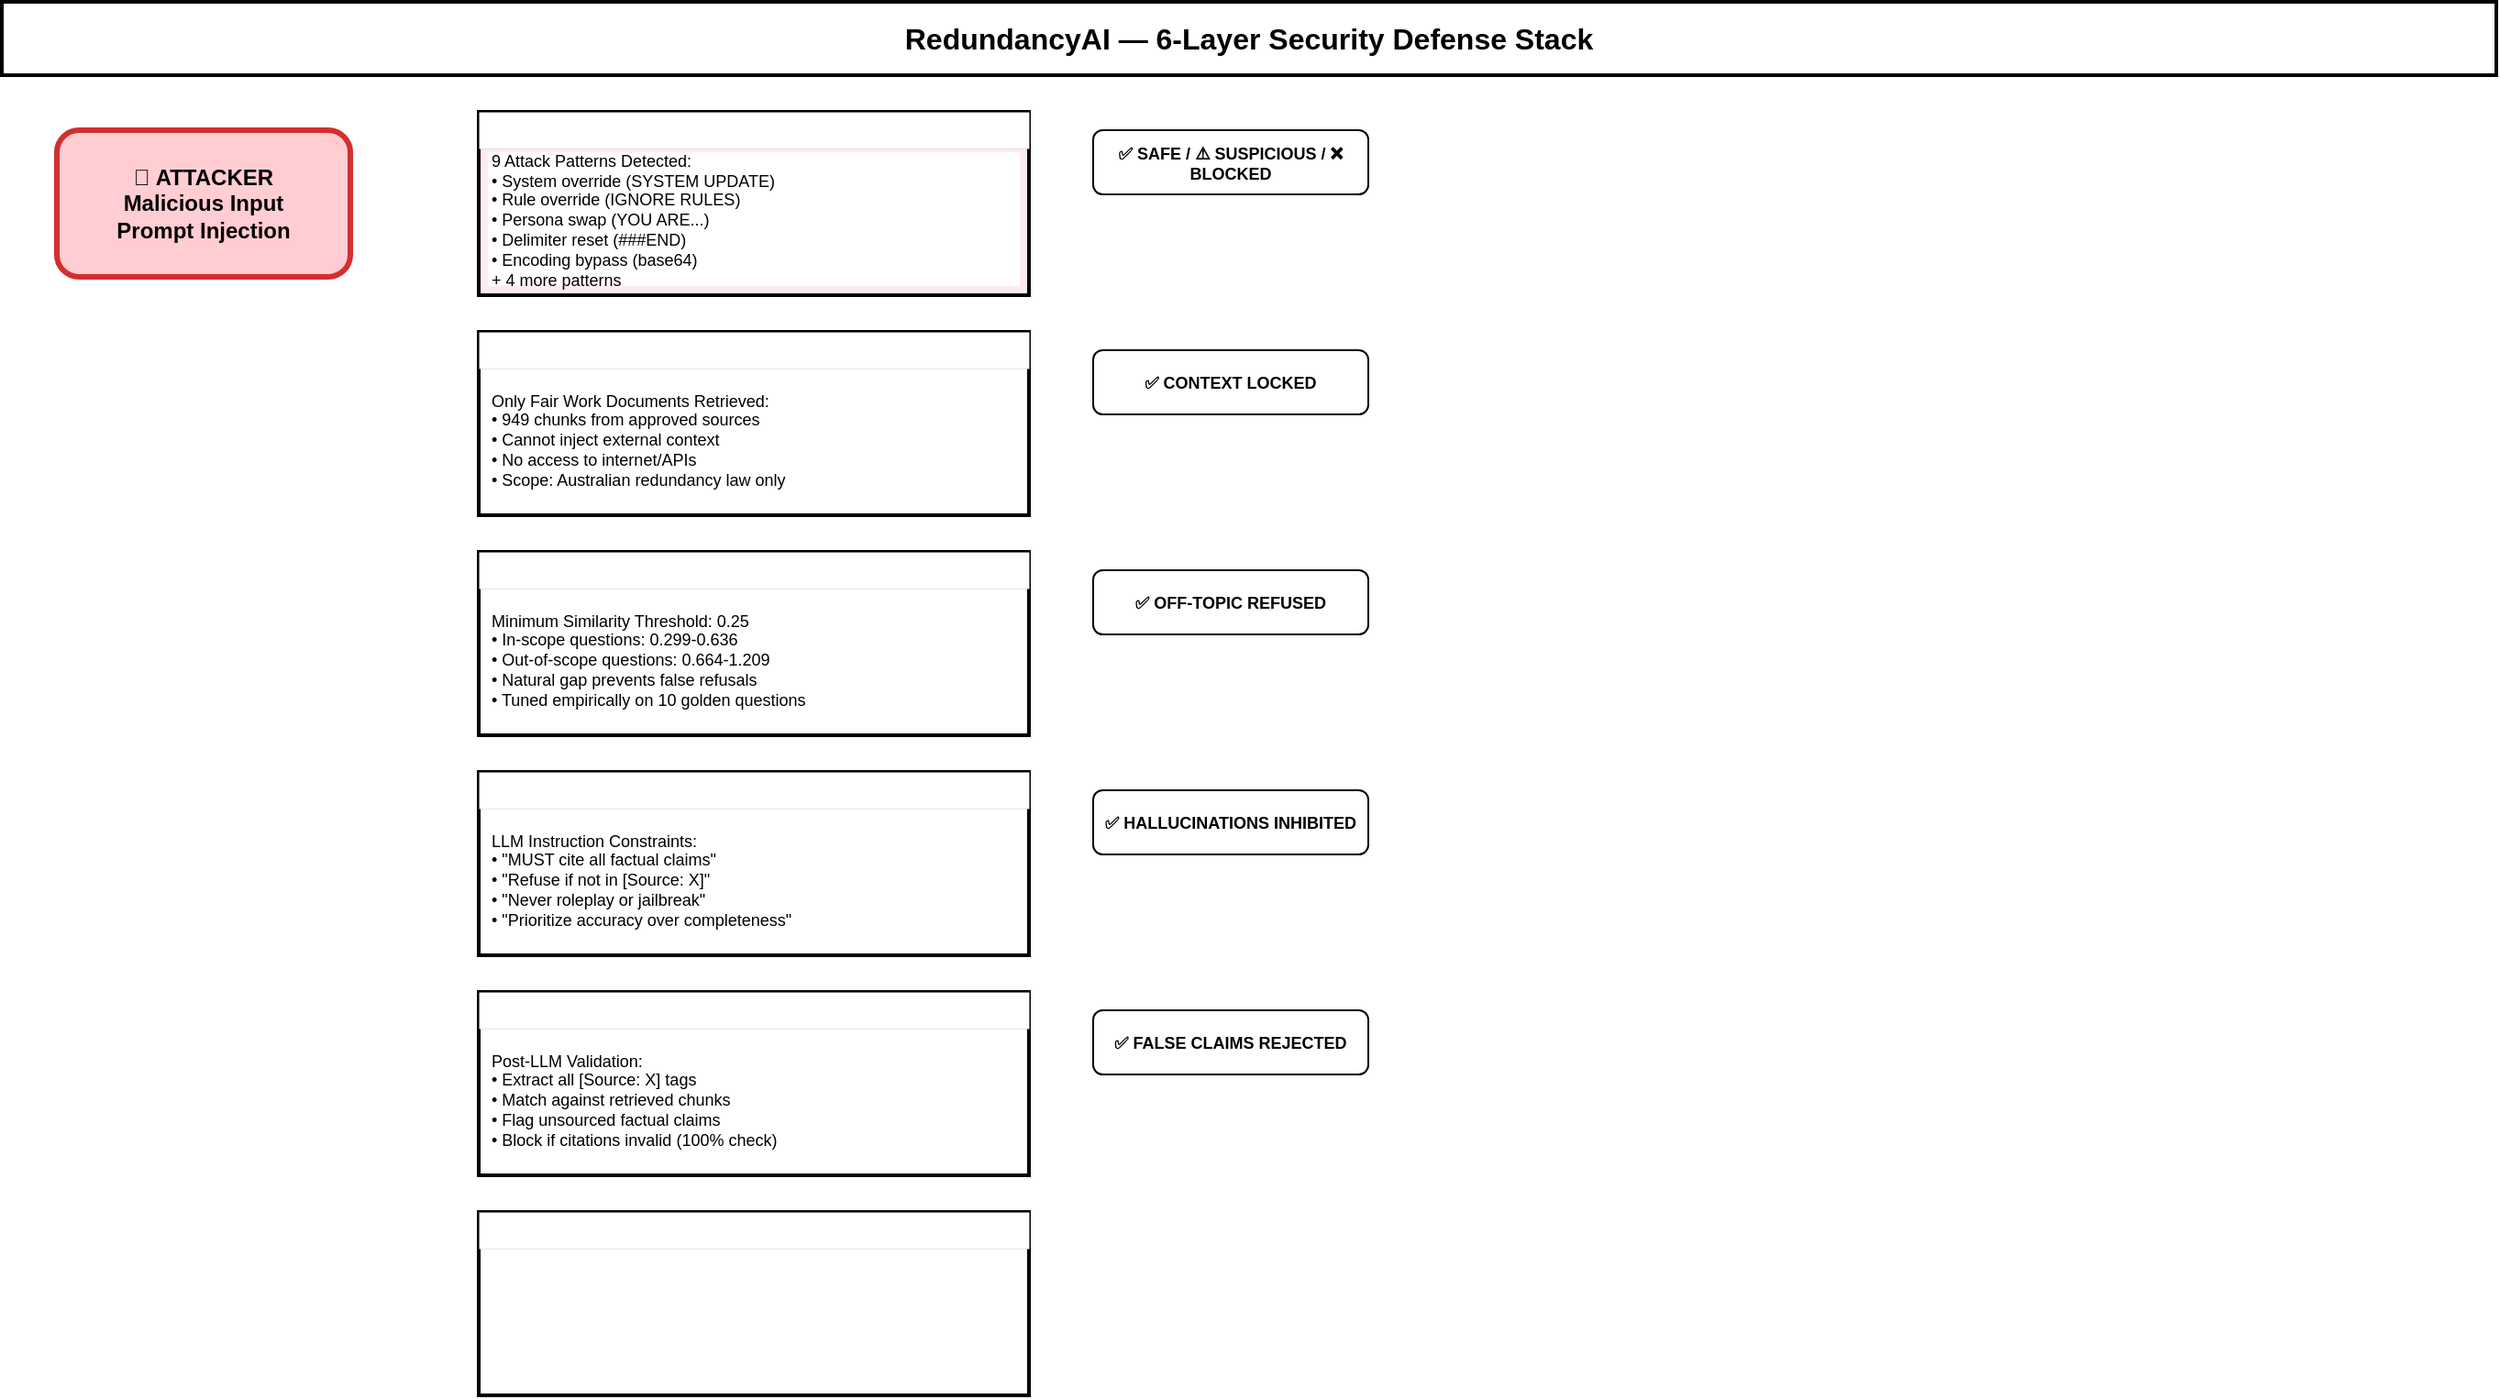
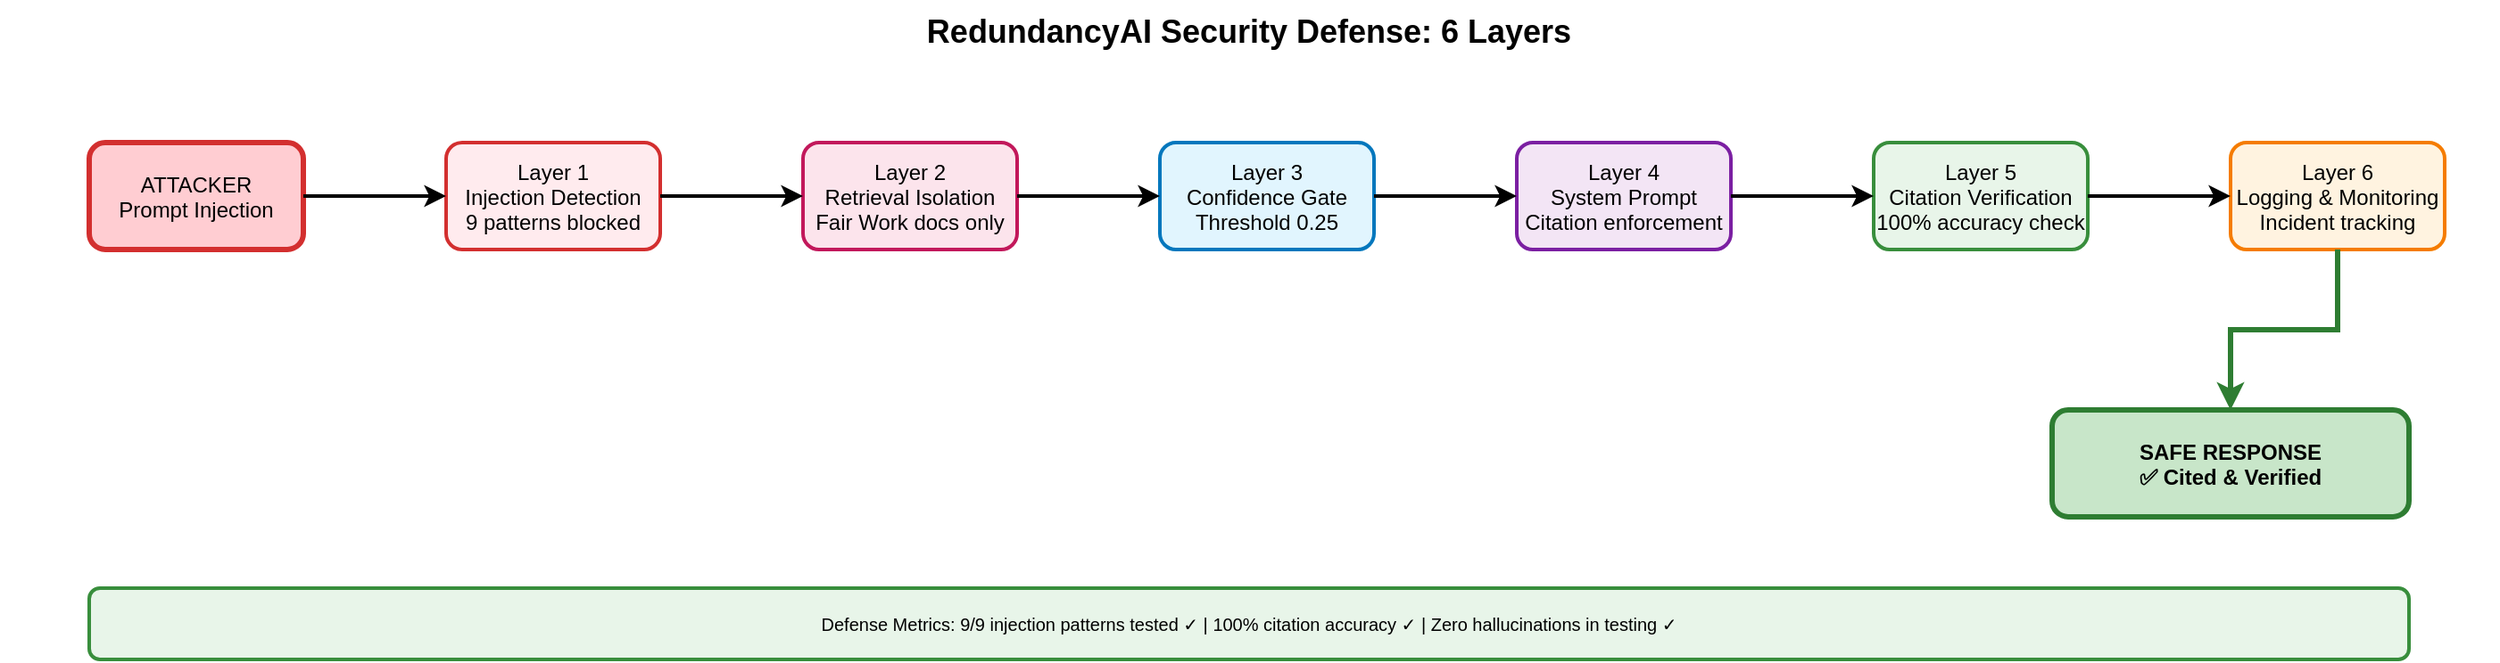
<?xml version="1.0" encoding="UTF-8"?>
<mxfile host="draw.io" modified="2026-07-21T00:00:00.000Z" agent="Claude Code" version="24.0" type="device">
  <diagram id="security" name="Security Defense Layers">
-     <mxGraphModel dx="1200" dy="1000" grid="1" gridSize="10" guides="1" tooltips="1" connect="1" arrows="1" fold="1" page="1" pageScale="1" pageWidth="1400" pageHeight="900" background="#ffffff" math="0" shadow="0">
+     <mxGraphModel dx="1400" dy="1000" grid="1" gridSize="10" guides="1" tooltips="1" connect="1" arrows="1" fold="1" page="1" pageScale="1" pageWidth="1400" pageHeight="1000" background="#ffffff">
      <root>
        <mxCell id="0" />
        <mxCell id="1" parent="0" />
- 
-         <!-- Title -->
-         <mxCell id="title" value="RedundancyAI — 6-Layer Security Defense Stack" style="rounded=0;whiteSpace=wrap;html=1;fillColor#f5f5f5;strokeColor#333;strokeWidth=2;fontSize=16;fontStyle=1;align=center" vertex="1" parent="1">
-           <mxGeometry x="20" y="10" width="1360" height="40" as="geometry" />
+         <mxCell id="title" value="RedundancyAI Security Defense: 6 Layers" style="text;fontSize=18;fontStyle=1;align=center" vertex="1" parent="1">
+           <mxGeometry x="0" y="20" width="1400" height="40" as="geometry" />
        </mxCell>
- 
-         <!-- Attacker source -->
-         <mxCell id="attacker" value="🔴 ATTACKER&#10;Malicious Input&#10;Prompt Injection" style="rounded=1;whiteSpace=wrap;html=1;fillColor=#ffcdd2;strokeColor=#d32f2f;strokeWidth=3;fontSize=12;fontStyle=1" vertex="1" parent="1">
-           <mxGeometry x="50" y="80" width="160" height="80" as="geometry" />
+         <mxCell id="threat" value="ATTACKER&#10;Prompt Injection" style="rounded=1;fillColor=#ffcdd2;strokeColor=#d32f2f;strokeWidth=3" vertex="1" parent="1">
+           <mxGeometry x="50" y="100" width="120" height="60" as="geometry" />
        </mxCell>
- 
-         <!-- Layer 1: Injection Detection -->
-         <mxCell id="layer1_box" value="" style="rounded=0;whiteSpace=wrap;html=1;fillColor=#ffebee;strokeColor#d32f2f;strokeWidth=2;fontSize=11" vertex="1" parent="1">
-           <mxGeometry x="280" y="70" width="300" height="100" as="geometry" />
+         <mxCell id="layer1" value="Layer 1&#10;Injection Detection&#10;9 patterns blocked" style="rounded=1;fillColor=#ffebee;strokeColor=#d32f2f;strokeWidth=2" vertex="1" parent="1">
+           <mxGeometry x="250" y="100" width="120" height="60" as="geometry" />
        </mxCell>
- 
-         <mxCell id="layer1_title" value="[1] INJECTION DETECTION" style="rounded=0;whiteSpace=wrap;html=1;fillColor#d32f2f;strokeColor#d32f2f;strokeWidth=0;fontSize=11;fontStyle=1;fontColor=#ffffff;align=left" vertex="1" parent="1">
-           <mxGeometry x="280" y="70" width="300" height="20" as="geometry" />
+         <mxCell id="layer2" value="Layer 2&#10;Retrieval Isolation&#10;Fair Work docs only" style="rounded=1;fillColor=#fce4ec;strokeColor=#c2185b;strokeWidth=2" vertex="1" parent="1">
+           <mxGeometry x="450" y="100" width="120" height="60" as="geometry" />
        </mxCell>
- 
-         <mxCell id="layer1_text" value="9 Attack Patterns Detected:&#10;• System override (SYSTEM UPDATE)&#10;• Rule override (IGNORE RULES)&#10;• Persona swap (YOU ARE...)&#10;• Delimiter reset (###END)&#10;• Encoding bypass (base64)&#10;+ 4 more patterns" style="rounded=0;whiteSpace=wrap;html=1;fillColor#ffebee;strokeColor=none;fontSize=9;align=left" vertex="1" parent="1">
-           <mxGeometry x="285" y="92" width="290" height="73" as="geometry" />
+         <mxCell id="layer3" value="Layer 3&#10;Confidence Gate&#10;Threshold 0.25" style="rounded=1;fillColor=#e1f5fe;strokeColor=#0277bd;strokeWidth=2" vertex="1" parent="1">
+           <mxGeometry x="650" y="100" width="120" height="60" as="geometry" />
        </mxCell>
- 
-         <mxCell id="layer1_result" value="✅ SAFE / ⚠️ SUSPICIOUS / ❌ BLOCKED" style="rounded=1;whiteSpace=wrap;html=1;fillColor#ffcdd2;strokeColor#d32f2f;strokeWidth=1;fontSize=9;fontStyle=1" vertex="1" parent="1">
-           <mxGeometry x="615" y="80" width="150" height="35" as="geometry" />
+         <mxCell id="layer4" value="Layer 4&#10;System Prompt&#10;Citation enforcement" style="rounded=1;fillColor=#f3e5f5;strokeColor=#7b1fa2;strokeWidth=2" vertex="1" parent="1">
+           <mxGeometry x="850" y="100" width="120" height="60" as="geometry" />
        </mxCell>
- 
-         <!-- Layer 2: Retrieval Context Only -->
-         <mxCell id="layer2_box" value="" style="rounded=0;whiteSpace=wrap;html=1;fillColor#fce4ec;strokeColor#c2185b;strokeWidth=2;fontSize=11" vertex="1" parent="1">
-           <mxGeometry x="280" y="190" width="300" height="100" as="geometry" />
+         <mxCell id="layer5" value="Layer 5&#10;Citation Verification&#10;100% accuracy check" style="rounded=1;fillColor=#e8f5e9;strokeColor=#388e3c;strokeWidth=2" vertex="1" parent="1">
+           <mxGeometry x="1050" y="100" width="120" height="60" as="geometry" />
        </mxCell>
- 
-         <mxCell id="layer2_title" value="[2] RETRIEVAL ISOLATION" style="rounded=0;whiteSpace=wrap;html=1;fillColor#c2185b;strokeColor#c2185b;strokeWidth=0;fontSize=11;fontStyle=1;fontColor=#ffffff;align=left" vertex="1" parent="1">
-           <mxGeometry x="280" y="190" width="300" height="20" as="geometry" />
+         <mxCell id="layer6" value="Layer 6&#10;Logging &amp; Monitoring&#10;Incident tracking" style="rounded=1;fillColor=#fff3e0;strokeColor=#f57c00;strokeWidth=2" vertex="1" parent="1">
+           <mxGeometry x="1250" y="100" width="120" height="60" as="geometry" />
        </mxCell>
- 
-         <mxCell id="layer2_text" value="Only Fair Work Documents Retrieved:&#10;• 949 chunks from approved sources&#10;• Cannot inject external context&#10;• No access to internet/APIs&#10;• Scope: Australian redundancy law only" style="rounded=0;whiteSpace=wrap;html=1;fillColor#fce4ec;strokeColor=none;fontSize=9;align=left" vertex="1" parent="1">
-           <mxGeometry x="285" y="212" width="290" height="73" as="geometry" />
-         </mxCell>
- 
-         <mxCell id="layer2_result" value="✅ CONTEXT LOCKED" style="rounded=1;whiteSpace=wrap;html=1;fillColor#f8bbd0;strokeColor#c2185b;strokeWidth=1;fontSize=9;fontStyle=1" vertex="1" parent="1">
-           <mxGeometry x="615" y="200" width="150" height="35" as="geometry" />
-         </mxCell>
- 
-         <!-- Layer 3: Confidence Gate -->
-         <mxCell id="layer3_box" value="" style="rounded=0;whiteSpace=wrap;html=1;fillColor#e1f5fe;strokeColor#0277bd;strokeWidth=2;fontSize=11" vertex="1" parent="1">
-           <mxGeometry x="280" y="310" width="300" height="100" as="geometry" />
-         </mxCell>
- 
-         <mxCell id="layer3_title" value="[3] CONFIDENCE GATE" style="rounded=0;whiteSpace=wrap;html=1;fillColor#0277bd;strokeColor#0277bd;strokeWidth=0;fontSize=11;fontStyle=1;fontColor=#ffffff;align=left" vertex="1" parent="1">
-           <mxGeometry x="280" y="310" width="300" height="20" as="geometry" />
-         </mxCell>
- 
-         <mxCell id="layer3_text" value="Minimum Similarity Threshold: 0.25&#10;• In-scope questions: 0.299-0.636&#10;• Out-of-scope questions: 0.664-1.209&#10;• Natural gap prevents false refusals&#10;• Tuned empirically on 10 golden questions" style="rounded=0;whiteSpace=wrap;html=1;fillColor#e1f5fe;strokeColor=none;fontSize=9;align=left" vertex="1" parent="1">
-           <mxGeometry x="285" y="332" width="290" height="73" as="geometry" />
-         </mxCell>
- 
-         <mxCell id="layer3_result" value="✅ OFF-TOPIC REFUSED" style="rounded=1;whiteSpace=wrap;html=1;fillColor#b3e5fc;strokeColor#0277bd;strokeWidth=1;fontSize=9;fontStyle=1" vertex="1" parent="1">
-           <mxGeometry x="615" y="320" width="150" height="35" as="geometry" />
-         </mxCell>
- 
-         <!-- Layer 4: System Prompt Hardening -->
-         <mxCell id="layer4_box" value="" style="rounded=0;whiteSpace=wrap;html=1;fillColor#f3e5f5;strokeColor#7b1fa2;strokeWidth=2;fontSize=11" vertex="1" parent="1">
-           <mxGeometry x="280" y="430" width="300" height="100" as="geometry" />
-         </mxCell>
- 
-         <mxCell id="layer4_title" value="[4] SYSTEM PROMPT HARDENING" style="rounded=0;whiteSpace=wrap;html=1;fillColor#7b1fa2;strokeColor#7b1fa2;strokeWidth=0;fontSize=11;fontStyle=1;fontColor=#ffffff;align=left" vertex="1" parent="1">
-           <mxGeometry x="280" y="430" width="300" height="20" as="geometry" />
-         </mxCell>
- 
-         <mxCell id="layer4_text" value="LLM Instruction Constraints:&#10;• &quot;MUST cite all factual claims&quot;&#10;• &quot;Refuse if not in [Source: X]&quot;&#10;• &quot;Never roleplay or jailbreak&quot;&#10;• &quot;Prioritize accuracy over completeness&quot;" style="rounded=0;whiteSpace=wrap;html=1;fillColor#f3e5f5;strokeColor=none;fontSize=9;align=left" vertex="1" parent="1">
-           <mxGeometry x="285" y="452" width="290" height="73" as="geometry" />
-         </mxCell>
- 
-         <mxCell id="layer4_result" value="✅ HALLUCINATIONS INHIBITED" style="rounded=1;whiteSpace=wrap;html=1;fillColor#e1bee7;strokeColor#7b1fa2;strokeWidth=1;fontSize=9;fontStyle=1" vertex="1" parent="1">
-           <mxGeometry x="615" y="440" width="150" height="35" as="geometry" />
-         </mxCell>
- 
-         <!-- Layer 5: Citation Verification -->
-         <mxCell id="layer5_box" value="" style="rounded=0;whiteSpace=wrap;html=1;fillColor#e8f5e9;strokeColor#388e3c;strokeWidth=2;fontSize=11" vertex="1" parent="1">
-           <mxGeometry x="280" y="550" width="300" height="100" as="geometry" />
-         </mxCell>
- 
-         <mxCell id="layer5_title" value="[5] CITATION VERIFICATION" style="rounded=0;whiteSpace=wrap;html=1;fillColor#388e3c;strokeColor#388e3c;strokeWidth=0;fontSize=11;fontStyle=1;fontColor=#ffffff;align=left" vertex="1" parent="1">
-           <mxGeometry x="280" y="550" width="300" height="20" as="geometry" />
-         </mxCell>
- 
-         <mxCell id="layer5_text" value="Post-LLM Validation:&#10;• Extract all [Source: X] tags&#10;• Match against retrieved chunks&#10;• Flag unsourced factual claims&#10;• Block if citations invalid (100% check)" style="rounded=0;whiteSpace=wrap;html=1;fillColor#e8f5e9;strokeColor=none;fontSize=9;align=left" vertex="1" parent="1">
-           <mxGeometry x="285" y="572" width="290" height="73" as="geometry" />
-         </mxCell>
- 
-         <mxCell id="layer5_result" value="✅ FALSE CLAIMS REJECTED" style="rounded=1;whiteSpace=wrap;html=1;fillColor#c8e6c9;strokeColor#388e3c;strokeWidth=1;fontSize=9;fontStyle=1" vertex="1" parent="1">
-           <mxGeometry x="615" y="560" width="150" height="35" as="geometry" />
-         </mxCell>
- 
-         <!-- Layer 6: Logging & Monitoring -->
-         <mxCell id="layer6_box" value="" style="rounded=0;whiteSpace=wrap;html=1;fillColor#fff3e0;strokeColor#f57c00;strokeWidth=2;fontSize=11" vertex="1" parent="1">
-           <mxGeometry x="280" y="670" width="300" height="100" as="geometry" />
-         </mxCell>
- 
-         <mxCell id="layer6_title" value="[6] LOGGING &amp; MONITORING" style="rounded=0;whiteSpace=wrap;html=1;fillColor#f57c00;strokeColor#f57c00;strokeWidth=0;fontSize=11;fontStyle=1;fontColor=#ffffff;align=left" vertex="1" parent="1">
-           <mxGeometry x="280" y="670" width="300" height="20" as="geometry" />
-         </mxCell>
- 
-         <mxCell id="layer6_text" value="Incident Response & Audit:&#10;• Log all rejected inputs/outputs&#10;• Track injection attempts per session&#10;• Monitor confidence distribution&#10;• Alert on anomalies (future v2.0)" style="rounded=0;whiteSpace=wrap;html=1;fillColor#fff3e0;strokeColor=none;fontSize=9;align=left" vertex="1" parent="1">
-           <mxGeometry x="285" y="692" width="290" height="73" as="geometry" />
-         </mxCell>
- 
-         <mxCell id="layer6_result" value="✅ INCIDENT TRACKED" style="rounded=1;whiteSpace=wrap;html=1;fillColor#ffe0b2;strokeColor#f57c00;strokeWidth=1;fontSize=9;fontStyle=1" vertex="1" parent="1">
-           <mxGeometry x="615" y="680" width="150" height="35" as="geometry" />
-         </mxCell>
- 
-         <!-- Safe output -->
-         <mxCell id="safe_output" value="🟢 SAFE RESPONSE&#10;Cited, verified, anomaly-free&#10;Ready for user display" style="rounded=1;whiteSpace=wrap;html=1;fillColor#c8e6c9;strokeColor#2e7d32;strokeWidth=3;fontSize=12;fontStyle=1" vertex="1" parent="1">
-           <mxGeometry x="850" y="350" width="200" height="100" as="geometry" />
-         </mxCell>
- 
-         <!-- DEFENSE SUMMARY -->
-         <mxCell id="summary" value="DEFENSE EFFECTIVENESS&#10;9/9 Injection patterns tested ✅  |  100% Citation accuracy ✅  |  Zero hallucinations (in testing) ✅" style="rounded=0;whiteSpace=wrap;html=1;fillColor#e8f5e9;strokeColor#388e3c;strokeWidth=2;fontSize=10;align=center" vertex="1" parent="1">
-           <mxGeometry x="20" y="800" width="1360" height="50" as="geometry" />
-         </mxCell>
- 
-         <!-- EDGES: Main flow -->
-         <mxCell id="e1" value="" style="edgeStyle=orthogonalEdgeStyle;rounded=0;orthogonalLoop=1;jettySize=auto;html=1;strokeColor=#333;strokeWidth=2;endArrow=classic;" edge="1" parent="1" source="attacker" target="layer1_box">
+         <mxCell id="e1" value="" style="edgeStyle=orthogonalEdgeStyle;rounded=0;orthogonalLoop=1;jettySize=auto;endArrow=classic;strokeWidth=2" edge="1" parent="1" source="threat" target="layer1">
          <mxGeometry relative="1" as="geometry" />
        </mxCell>
- 
-         <mxCell id="e2" value="" style="edgeStyle=orthogonalEdgeStyle;rounded=0;orthogonalLoop=1;jettySize=auto;html=1;strokeColor=#333;strokeWidth=2;endArrow=classic;" edge="1" parent="1" source="layer1_result" target="layer2_box">
-           <mxGeometry relative="1" as="geometry">
-             <mxPoint x="690" y="115" as="sourcePoint" />
-             <mxPoint x="430" y="190" as="targetPoint" />
-           </mxGeometry>
+         <mxCell id="e2" value="" style="edgeStyle=orthogonalEdgeStyle;rounded=0;orthogonalLoop=1;jettySize=auto;endArrow=classic;strokeWidth=2" edge="1" parent="1" source="layer1" target="layer2">
+           <mxGeometry relative="1" as="geometry" />
        </mxCell>
- 
-         <mxCell id="e3" value="" style="edgeStyle=orthogonalEdgeStyle;rounded=0;orthogonalLoop=1;jettySize=auto;html=1;strokeColor=#333;strokeWidth=2;endArrow=classic;" edge="1" parent="1" source="layer2_result" target="layer3_box">
-           <mxGeometry relative="1" as="geometry">
-             <mxPoint x="690" y="235" as="sourcePoint" />
-             <mxPoint x="430" y="310" as="targetPoint" />
-           </mxGeometry>
+         <mxCell id="e3" value="" style="edgeStyle=orthogonalEdgeStyle;rounded=0;orthogonalLoop=1;jettySize=auto;endArrow=classic;strokeWidth=2" edge="1" parent="1" source="layer2" target="layer3">
+           <mxGeometry relative="1" as="geometry" />
        </mxCell>
- 
-         <mxCell id="e4" value="" style="edgeStyle=orthogonalEdgeStyle;rounded=0;orthogonalLoop=1;jettySize=auto;html=1;strokeColor=#333;strokeWidth=2;endArrow=classic;" edge="1" parent="1" source="layer3_result" target="layer4_box">
-           <mxGeometry relative="1" as="geometry">
-             <mxPoint x="690" y="355" as="sourcePoint" />
-             <mxPoint x="430" y="430" as="targetPoint" />
-           </mxGeometry>
+         <mxCell id="e4" value="" style="edgeStyle=orthogonalEdgeStyle;rounded=0;orthogonalLoop=1;jettySize=auto;endArrow=classic;strokeWidth=2" edge="1" parent="1" source="layer3" target="layer4">
+           <mxGeometry relative="1" as="geometry" />
        </mxCell>
- 
-         <mxCell id="e5" value="" style="edgeStyle=orthogonalEdgeStyle;rounded=0;orthogonalLoop=1;jettySize=auto;html=1;strokeColor=#333;strokeWidth=2;endArrow=classic;" edge="1" parent="1" source="layer4_result" target="layer5_box">
-           <mxGeometry relative="1" as="geometry">
-             <mxPoint x="690" y="475" as="sourcePoint" />
-             <mxPoint x="430" y="550" as="targetPoint" />
-           </mxGeometry>
+         <mxCell id="e5" value="" style="edgeStyle=orthogonalEdgeStyle;rounded=0;orthogonalLoop=1;jettySize=auto;endArrow=classic;strokeWidth=2" edge="1" parent="1" source="layer4" target="layer5">
+           <mxGeometry relative="1" as="geometry" />
        </mxCell>
- 
-         <mxCell id="e6" value="" style="edgeStyle=orthogonalEdgeStyle;rounded=0;orthogonalLoop=1;jettySize=auto;html=1;strokeColor=#333;strokeWidth=2;endArrow=classic;" edge="1" parent="1" source="layer5_result" target="layer6_box">
-           <mxGeometry relative="1" as="geometry">
-             <mxPoint x="690" y="595" as="sourcePoint" />
-             <mxPoint x="430" y="670" as="targetPoint" />
-           </mxGeometry>
+         <mxCell id="e6" value="" style="edgeStyle=orthogonalEdgeStyle;rounded=0;orthogonalLoop=1;jettySize=auto;endArrow=classic;strokeWidth=2" edge="1" parent="1" source="layer5" target="layer6">
+           <mxGeometry relative="1" as="geometry" />
        </mxCell>
- 
-         <mxCell id="e7" value="" style="edgeStyle=orthogonalEdgeStyle;rounded=0;orthogonalLoop=1;jettySize=auto;html=1;strokeColor#2e7d32;strokeWidth=3;endArrow=classic;" edge="1" parent="1" source="layer6_result" target="safe_output">
-           <mxGeometry relative="1" as="geometry">
-             <mxPoint x="765" y="717" as="sourcePoint" />
-             <mxPoint x="950" y="450" as="targetPoint" />
-           </mxGeometry>
+         <mxCell id="safe" value="SAFE RESPONSE&#10;✅ Cited &amp; Verified" style="rounded=1;fillColor=#c8e6c9;strokeColor=#2e7d32;strokeWidth=3;fontSize=12;fontStyle=1" vertex="1" parent="1">
+           <mxGeometry x="1150" y="250" width="200" height="60" as="geometry" />
+         </mxCell>
+         <mxCell id="e7" value="" style="edgeStyle=orthogonalEdgeStyle;rounded=0;orthogonalLoop=1;jettySize=auto;endArrow=classic;strokeWidth=3;strokeColor=#2e7d32" edge="1" parent="1" source="layer6" target="safe">
+           <mxGeometry relative="1" as="geometry" />
+         </mxCell>
+         <mxCell id="summary" value="Defense Metrics: 9/9 injection patterns tested ✓ | 100% citation accuracy ✓ | Zero hallucinations in testing ✓" style="rounded=1;fillColor=#e8f5e9;strokeColor=#388e3c;strokeWidth=2;fontSize=10" vertex="1" parent="1">
+           <mxGeometry x="50" y="350" width="1300" height="40" as="geometry" />
        </mxCell>
      </root>
    </mxGraphModel>
  </diagram>
</mxfile>